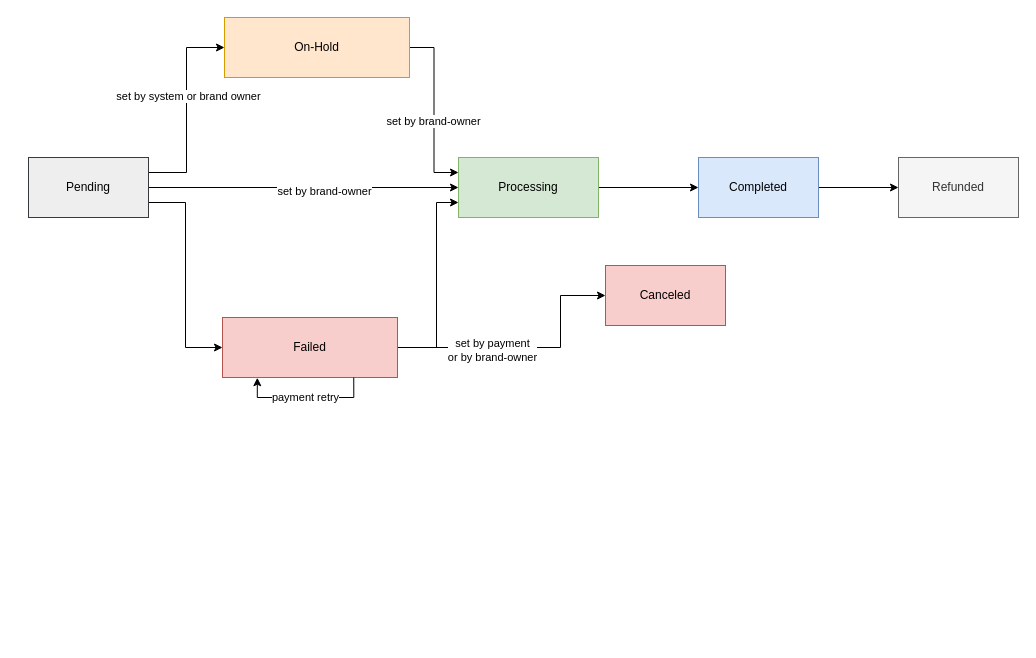
Earlier version of the draw.io diagram page "Order Status Process" (3 of 4) of documentation/PROCESS.drawio (khinemyaezin/coolstuff-ecommerce-v3.0-repository). Source tidied: cells renumbered, new cells numbered last; positions are measured from the earlier drawing's top-left corner, leaving out a move shared by most shapes. Both pictures are drawn from the tidied source at 100%, with x=0, y=0 at pixel (28, 17).
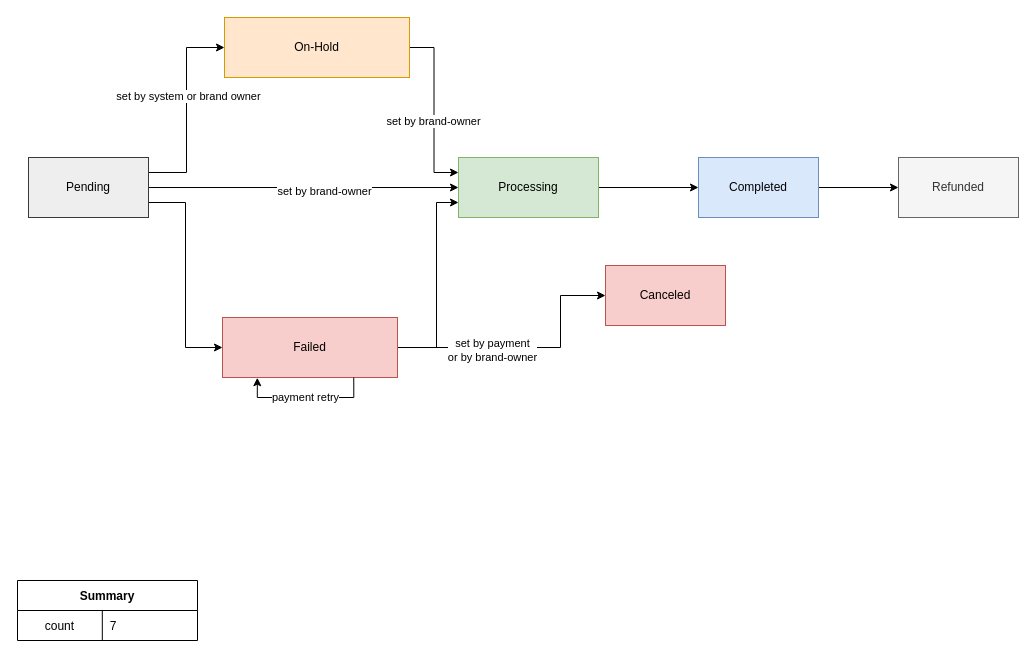
The same page after the edit.

Change to the diagram source:
```diff
@@
+    <mxCell id="22" value="Summary" style="shape=table;startSize=30;childLayout=tableLayout;rowLines=0;fontStyle=1;align=center;" parent="1" vertex="1">
+      <mxGeometry x="-11" y="563" width="180" height="60" as="geometry" />
+    </mxCell>
+    <mxCell id="23" style="shape=tableRow;horizontal=0;startSize=0;swimlaneHead=0;swimlaneBody=0;fillColor=none;top=0;left=0;right=0;bottom=0;" parent="22" vertex="1">
+      <mxGeometry y="30" width="180" height="30" as="geometry" />
+    </mxCell>
+    <mxCell id="24" value="count" style="shape=partialRectangle;fillColor=none;top=0;left=0;bottom=0;right=0;overflow=hidden;" parent="23" vertex="1">
+      <mxGeometry width="84.8" height="30" as="geometry" />
+    </mxCell>
+    <mxCell id="25" value="7" style="shape=partialRectangle;fillColor=none;top=0;left=0;bottom=0;right=0;align=left;spacingLeft=6;overflow=hidden;" parent="23" vertex="1">
+      <mxGeometry x="84.8" width="95.2" height="30" as="geometry" />
+    </mxCell>
```
